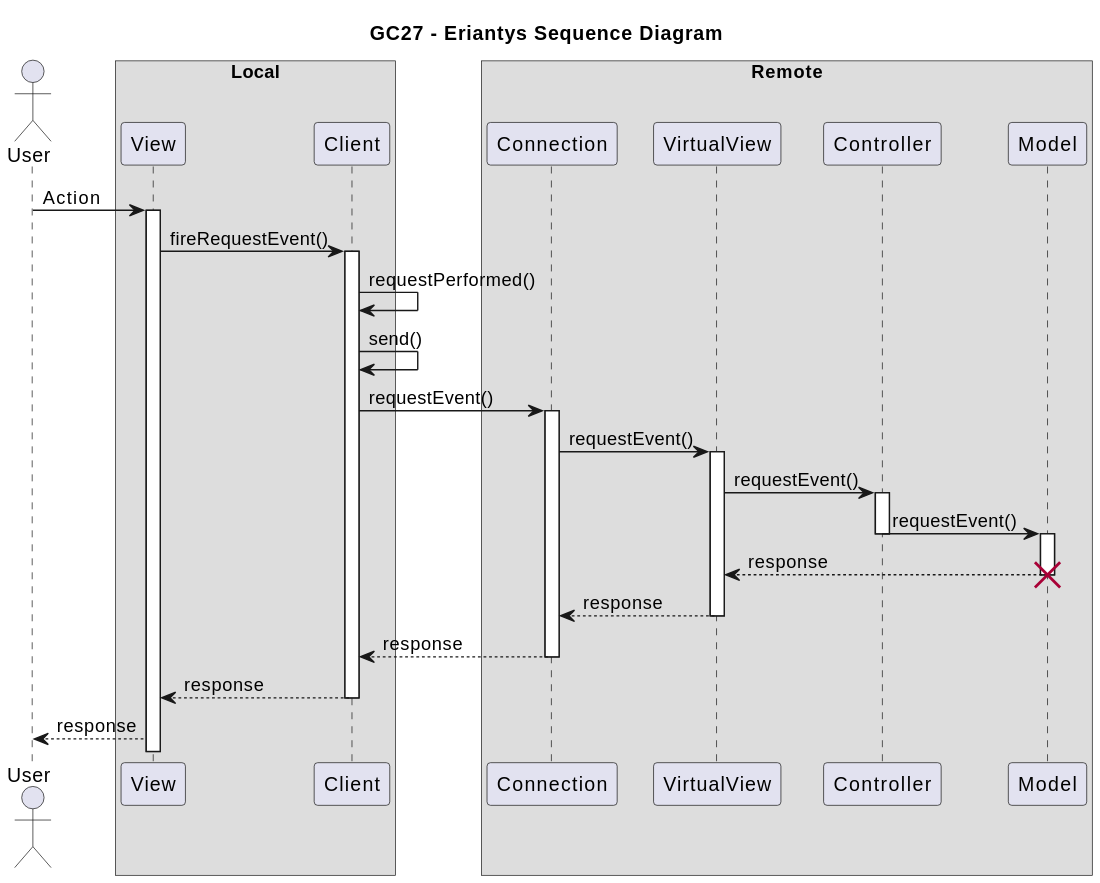
This is uml/sequence_diagram/sequence_diagram.svg from nicolozambon/ing-sw-2022-sciarrabba-sironi-zambon, a PlantUML export, as it was before one commit.
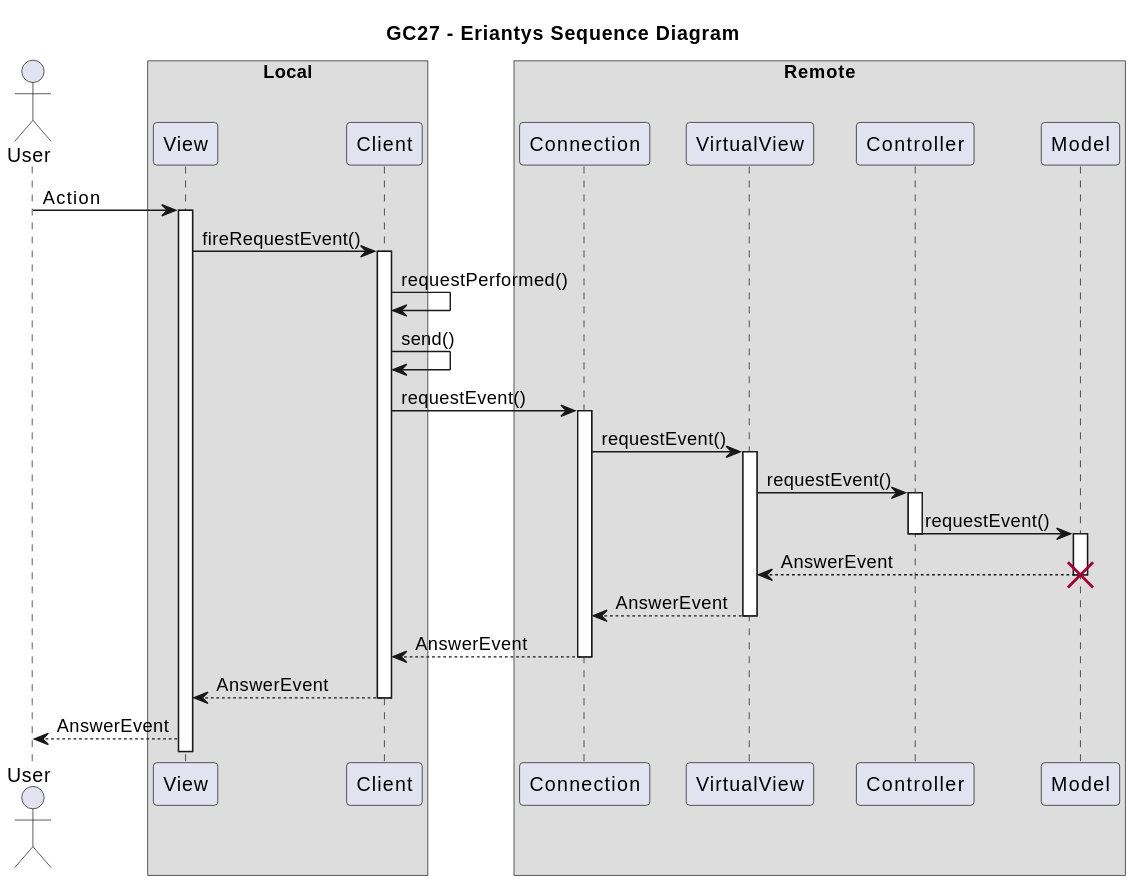
Above is the later version.

Commit message:
Update sequence diagram PUML and SVG

The edit, as a diff of the source:
```diff
@@ -35,17 +35,17 @@
 deactivate Controller
 activate Model
 
-Model --> VirtualView: response
+Model --> VirtualView: AnswerEvent
 destroy Model
 
-VirtualView --> Connection: response
+VirtualView --> Connection: AnswerEvent
 deactivate VirtualView
 
-Connection --> Client: response
+Connection --> Client: AnswerEvent
 deactivate Connection
 
-Client --> View: response
+Client --> View: AnswerEvent
 deactivate Client
 
-View --> User: response
+View --> User: AnswerEvent
 @enduml
```
